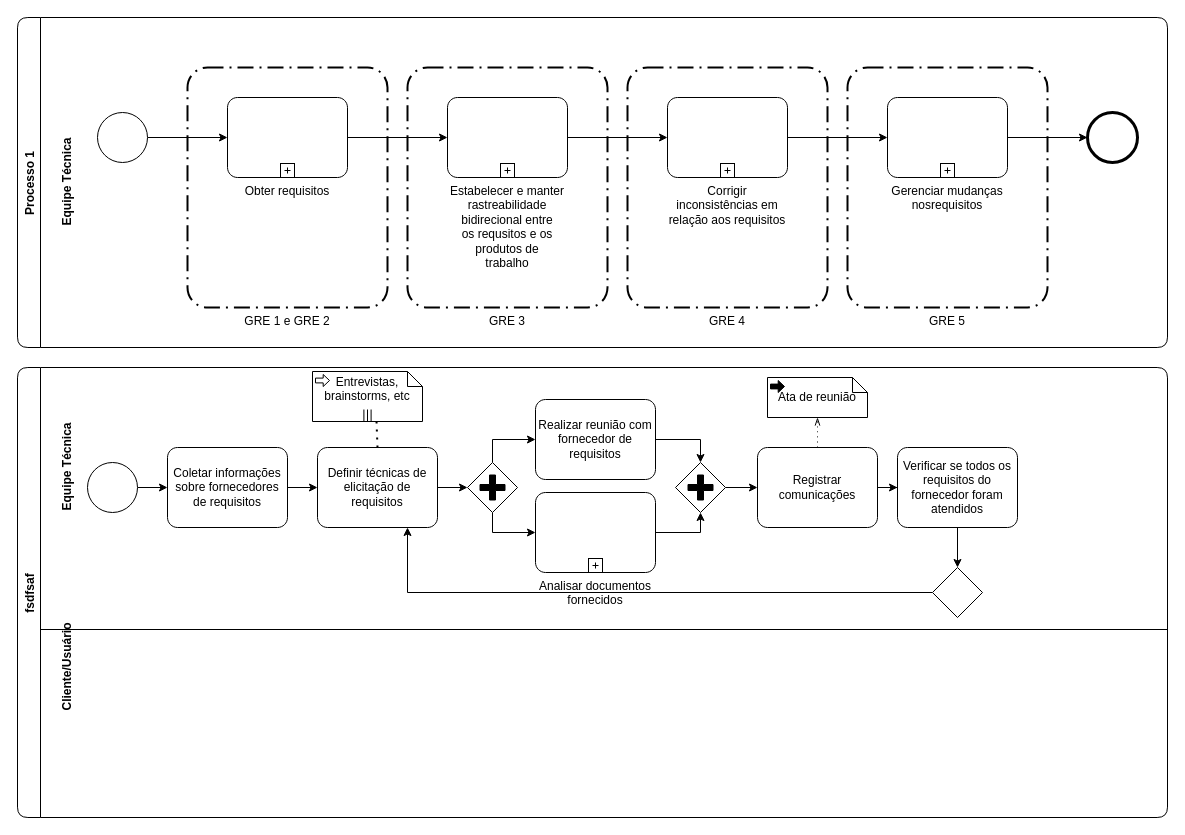
This is Modelo de processo de Gestao de Requisitos.drawio from carlosbetiol/engenharia-software-utfpr, a draw.io file, before an edit. Source tidied: cells renumbered, new cells numbered last; positions are measured from the earlier drawing's top-left corner, leaving out a move shared by most shapes. Both pictures are drawn from the tidied source at 100%, with x=0, y=0 at pixel (17, 17).
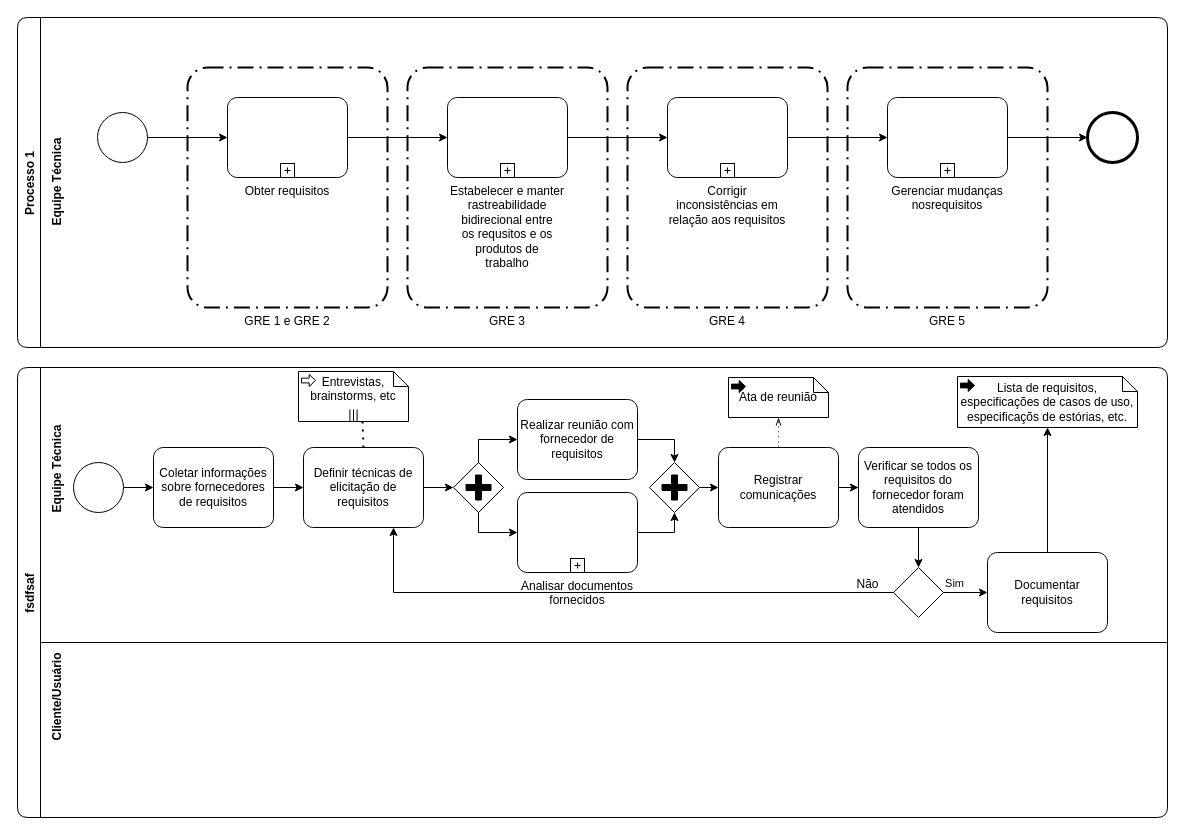
The same diagram, later.

The change refers to these unchanged cells:
```xml
<mxCell id="2" value="Processo 1" style="swimlane;horizontal=0;rounded=1;" parent="1" vertex="1">
  <mxGeometry width="1150" height="330" as="geometry" />
</mxCell>
<mxCell id="19" value="fsdfsaf" style="swimlane;horizontal=0;rounded=1;swimlaneLine=1;" parent="1" vertex="1">
  <mxGeometry y="350" width="1150" height="450" as="geometry" />
</mxCell>
```

What changed in the source:
```diff
@@
     <mxCell id="18" value="&lt;div&gt;Equipe Técnica&lt;/div&gt;" style="text;html=1;align=center;verticalAlign=middle;fillColor=none;strokeColor=none;rounded=0;shadow=0;glass=0;rotation=270;strokeWidth=1;fontStyle=1;" parent="2" vertex="1">
-      <mxGeometry y="155" width="100" height="20" as="geometry" />
+      <mxGeometry x="-10" y="155" width="100" height="20" as="geometry" />
     </mxCell>
@@
     <mxCell id="20" value="&lt;div&gt;Equipe Técnica&lt;/div&gt;" style="text;html=1;align=center;verticalAlign=middle;fillColor=none;strokeColor=none;rounded=0;shadow=0;glass=0;rotation=270;strokeWidth=1;fontStyle=1;" parent="19" vertex="1">
-      <mxGeometry y="90" width="100" height="20" as="geometry" />
+      <mxGeometry x="-10" y="92" width="100" height="20" as="geometry" />
     </mxCell>
     <mxCell id="21" value="Cliente/Usuário" style="text;html=1;align=center;verticalAlign=middle;fillColor=none;strokeColor=none;rounded=0;shadow=0;glass=0;rotation=270;strokeWidth=1;fontStyle=1;" parent="19" vertex="1">
-      <mxGeometry y="290" width="100" height="20" as="geometry" />
+      <mxGeometry x="-10" y="320" width="100" height="20" as="geometry" />
     </mxCell>
@@
     <mxCell id="23" style="points=[[0.145,0.145,0],[0.5,0,0],[0.855,0.145,0],[1,0.5,0],[0.855,0.855,0],[0.5,1,0],[0.145,0.855,0],[0,0.5,0]];shape=mxgraph.bpmn.event;html=1;verticalLabelPosition=bottom;labelBackgroundColor=#ffffff;verticalAlign=top;align=center;perimeter=ellipsePerimeter;outlineConnect=0;outline=standard;symbol=general;rounded=1;" parent="19" vertex="1">
-      <mxGeometry x="70" y="95" width="50" height="50" as="geometry" />
+      <mxGeometry x="56" y="95" width="50" height="50" as="geometry" />
     </mxCell>
@@
     <mxCell id="25" value="Coletar informações sobre fornecedores de requisitos" style="points=[[0.25,0,0],[0.5,0,0],[0.75,0,0],[1,0.25,0],[1,0.5,0],[1,0.75,0],[0.75,1,0],[0.5,1,0],[0.25,1,0],[0,0.75,0],[0,0.5,0],[0,0.25,0]];shape=mxgraph.bpmn.task;whiteSpace=wrap;rectStyle=rounded;size=10;taskMarker=abstract;rounded=0;shadow=0;glass=0;strokeWidth=1;" parent="19" vertex="1">
-      <mxGeometry x="150" y="80" width="120" height="80" as="geometry" />
+      <mxGeometry x="136" y="80" width="120" height="80" as="geometry" />
     </mxCell>
@@
     <mxCell id="27" value="Definir técnicas de elicitação de requisitos" style="points=[[0.25,0,0],[0.5,0,0],[0.75,0,0],[1,0.25,0],[1,0.5,0],[1,0.75,0],[0.75,1,0],[0.5,1,0],[0.25,1,0],[0,0.75,0],[0,0.5,0],[0,0.25,0]];shape=mxgraph.bpmn.task;whiteSpace=wrap;rectStyle=rounded;size=10;taskMarker=abstract;rounded=0;shadow=0;glass=0;strokeWidth=1;" parent="19" vertex="1">
-      <mxGeometry x="300" y="80" width="120" height="80" as="geometry" />
+      <mxGeometry x="286" y="80" width="120" height="80" as="geometry" />
     </mxCell>
     <mxCell id="28" value="&lt;div&gt;Entrevistas, brainstorms, etc&lt;/div&gt;&lt;div&gt;&lt;br&gt;&lt;/div&gt;" style="shape=mxgraph.bpmn.data;labelPosition=center;verticalLabelPosition=middle;align=center;verticalAlign=middle;whiteSpace=wrap;size=15;html=1;bpmnTransferType=input;isCollection=1;rounded=0;shadow=0;glass=0;strokeWidth=1;" parent="19" vertex="1">
-      <mxGeometry x="295" y="4" width="110" height="50" as="geometry" />
+      <mxGeometry x="281" y="4" width="110" height="50" as="geometry" />
     </mxCell>
@@
     <mxCell id="32" style="points=[[0.25,0.25,0],[0.5,0,0],[0.75,0.25,0],[1,0.5,0],[0.75,0.75,0],[0.5,1,0],[0.25,0.75,0],[0,0.5,0]];shape=mxgraph.bpmn.gateway2;html=1;verticalLabelPosition=bottom;labelBackgroundColor=#ffffff;verticalAlign=top;align=center;perimeter=rhombusPerimeter;outlineConnect=0;outline=none;symbol=none;gwType=parallel;rounded=0;shadow=0;glass=0;strokeWidth=1;" parent="19" vertex="1">
-      <mxGeometry x="450" y="95" width="50" height="50" as="geometry" />
+      <mxGeometry x="436" y="95" width="50" height="50" as="geometry" />
     </mxCell>
@@
     <mxCell id="34" value="Realizar reunião com fornecedor de requisitos" style="points=[[0.25,0,0],[0.5,0,0],[0.75,0,0],[1,0.25,0],[1,0.5,0],[1,0.75,0],[0.75,1,0],[0.5,1,0],[0.25,1,0],[0,0.75,0],[0,0.5,0],[0,0.25,0]];shape=mxgraph.bpmn.task;whiteSpace=wrap;rectStyle=rounded;size=10;taskMarker=abstract;rounded=0;shadow=0;glass=0;strokeWidth=1;" parent="19" vertex="1">
-      <mxGeometry x="518" y="32" width="120" height="80" as="geometry" />
+      <mxGeometry x="500" y="32" width="120" height="80" as="geometry" />
     </mxCell>
@@
     <mxCell id="36" value="Analisar documentos fornecidos" style="points=[[0.25,0,0],[0.5,0,0],[0.75,0,0],[1,0.25,0],[1,0.5,0],[1,0.75,0],[0.75,1,0],[0.5,1,0],[0.25,1,0],[0,0.75,0],[0,0.5,0],[0,0.25,0]];shape=mxgraph.bpmn.task;whiteSpace=wrap;rectStyle=rounded;size=10;taskMarker=abstract;isLoopSub=1;rounded=1;labelPosition=center;verticalLabelPosition=bottom;align=center;verticalAlign=top;" parent="19" vertex="1">
-      <mxGeometry x="518" y="125" width="120" height="80" as="geometry" />
+      <mxGeometry x="500" y="125" width="120" height="80" as="geometry" />
     </mxCell>
@@
     <mxCell id="38" style="points=[[0.25,0.25,0],[0.5,0,0],[0.75,0.25,0],[1,0.5,0],[0.75,0.75,0],[0.5,1,0],[0.25,0.75,0],[0,0.5,0]];shape=mxgraph.bpmn.gateway2;html=1;verticalLabelPosition=bottom;labelBackgroundColor=#ffffff;verticalAlign=top;align=center;perimeter=rhombusPerimeter;outlineConnect=0;outline=none;symbol=none;gwType=parallel;rounded=0;shadow=0;glass=0;strokeWidth=1;" parent="19" vertex="1">
-      <mxGeometry x="658" y="95" width="50" height="50" as="geometry" />
+      <mxGeometry x="632" y="95" width="50" height="50" as="geometry" />
     </mxCell>
@@
     <mxCell id="40" value="Registrar comunicações" style="points=[[0.25,0,0],[0.5,0,0],[0.75,0,0],[1,0.25,0],[1,0.5,0],[1,0.75,0],[0.75,1,0],[0.5,1,0],[0.25,1,0],[0,0.75,0],[0,0.5,0],[0,0.25,0]];shape=mxgraph.bpmn.task;whiteSpace=wrap;rectStyle=rounded;size=10;taskMarker=abstract;rounded=0;shadow=0;glass=0;strokeWidth=1;" parent="19" vertex="1">
-      <mxGeometry x="740" y="80" width="120" height="80" as="geometry" />
+      <mxGeometry x="701" y="80" width="120" height="80" as="geometry" />
     </mxCell>
     <mxCell id="41" value="Ata de reunião" style="shape=mxgraph.bpmn.data;labelPosition=center;verticalLabelPosition=middle;align=center;verticalAlign=middle;whiteSpace=wrap;size=15;html=1;bpmnTransferType=output;rounded=0;shadow=0;glass=0;strokeWidth=1;" parent="19" vertex="1">
-      <mxGeometry x="750" y="10" width="100" height="40" as="geometry" />
+      <mxGeometry x="711" y="10" width="100" height="40" as="geometry" />
     </mxCell>
@@
     <mxCell id="44" value="Verificar se todos os requisitos do fornecedor foram atendidos" style="points=[[0.25,0,0],[0.5,0,0],[0.75,0,0],[1,0.25,0],[1,0.5,0],[1,0.75,0],[0.75,1,0],[0.5,1,0],[0.25,1,0],[0,0.75,0],[0,0.5,0],[0,0.25,0]];shape=mxgraph.bpmn.task;whiteSpace=wrap;rectStyle=rounded;size=10;taskMarker=abstract;rounded=0;shadow=0;glass=0;strokeWidth=1;" parent="19" vertex="1">
-      <mxGeometry x="880" y="80" width="120" height="80" as="geometry" />
+      <mxGeometry x="841" y="80" width="120" height="80" as="geometry" />
     </mxCell>
-    <mxCell id="45" style="edgeStyle=orthogonalEdgeStyle;rounded=0;jettySize=auto;html=1;entryX=0.75;entryY=1;entryDx=0;entryDy=0;entryPerimeter=0;" parent="19" edge="1" source="46" target="27">
+    <mxCell id="45" style="edgeStyle=orthogonalEdgeStyle;rounded=0;jettySize=auto;html=1;entryX=0.75;entryY=1;entryDx=0;entryDy=0;entryPerimeter=0;exitX=0;exitY=0.5;exitDx=0;exitDy=0;exitPerimeter=0;labelPosition=left;verticalLabelPosition=top;align=right;verticalAlign=bottom;" parent="19" edge="1" source="46" target="27">
       <mxGeometry relative="1" as="geometry" />
     </mxCell>
+    <mxCell id="48" value="Sim" style="edgeStyle=orthogonalEdgeStyle;rounded=0;jettySize=auto;html=1;exitX=1;exitY=0.5;exitDx=0;exitDy=0;exitPerimeter=0;entryX=0;entryY=0.5;entryDx=0;entryDy=0;entryPerimeter=0;labelPosition=left;verticalLabelPosition=top;align=right;verticalAlign=bottom;" parent="19" edge="1" source="46" target="50">
+      <mxGeometry relative="1" as="geometry" />
+    </mxCell>
     <mxCell id="46" style="points=[[0.25,0.25,0],[0.5,0,0],[0.75,0.25,0],[1,0.5,0],[0.75,0.75,0],[0.5,1,0],[0.25,0.75,0],[0,0.5,0]];shape=mxgraph.bpmn.gateway2;html=1;verticalLabelPosition=bottom;labelBackgroundColor=#ffffff;verticalAlign=top;align=center;perimeter=rhombusPerimeter;outlineConnect=0;outline=none;symbol=none;rounded=0;shadow=0;glass=0;strokeWidth=1;" parent="19" vertex="1">
-      <mxGeometry x="915" y="200" width="50" height="50" as="geometry" />
+      <mxGeometry x="876" y="200" width="50" height="50" as="geometry" />
     </mxCell>
+    <mxCell id="49" style="edgeStyle=orthogonalEdgeStyle;rounded=0;jettySize=auto;html=1;exitX=0.5;exitY=0;exitDx=0;exitDy=0;exitPerimeter=0;entryX=0.5;entryY=1;entryDx=0;entryDy=0;entryPerimeter=0;" parent="19" edge="1" source="50" target="51">
+      <mxGeometry relative="1" as="geometry" />
+    </mxCell>
+    <mxCell id="50" value="Documentar requisitos" style="points=[[0.25,0,0],[0.5,0,0],[0.75,0,0],[1,0.25,0],[1,0.5,0],[1,0.75,0],[0.75,1,0],[0.5,1,0],[0.25,1,0],[0,0.75,0],[0,0.5,0],[0,0.25,0]];shape=mxgraph.bpmn.task;whiteSpace=wrap;rectStyle=rounded;size=10;taskMarker=abstract;rounded=0;shadow=0;glass=0;strokeWidth=1;" parent="19" vertex="1">
+      <mxGeometry x="970" y="185" width="120" height="80" as="geometry" />
+    </mxCell>
+    <mxCell id="51" value="Lista de requisitos, especificações de casos de uso, especificaçõs de estórias, etc." style="shape=mxgraph.bpmn.data;labelPosition=center;verticalLabelPosition=middle;align=center;verticalAlign=middle;whiteSpace=wrap;size=15;html=1;bpmnTransferType=output;rounded=0;shadow=0;glass=0;strokeWidth=1;" parent="19" vertex="1">
+      <mxGeometry x="940" y="9" width="180" height="51" as="geometry" />
+    </mxCell>
     <mxCell id="47" style="line;strokeWidth=1;html=1;rounded=0;shadow=0;glass=0;" parent="1" vertex="1">
-      <mxGeometry x="23" y="607" width="1127" height="10" as="geometry" />
+      <mxGeometry x="23" y="620" width="1127" height="10" as="geometry" />
     </mxCell>
+    <mxCell id="52" value="Não" style="text;html=1;align=center;verticalAlign=middle;strokeColor=none;" parent="1" vertex="1">
+      <mxGeometry x="830" y="557" width="40" height="20" as="geometry" />
+    </mxCell>
```
